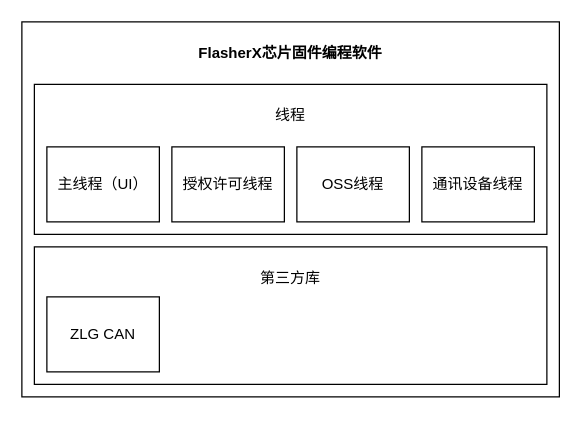
The draw.io diagram page "软件组件构成图" (1 of 2) of DBC_Analyzer.drawio in SummerFalls/DrawIO, before the edit. Source tidied: cells renumbered, new cells numbered last; positions are measured from the earlier drawing's top-left corner, leaving out a move shared by most shapes. Both pictures are drawn from the tidied source at 125%, with x=0, y=0 at pixel (21, 21).
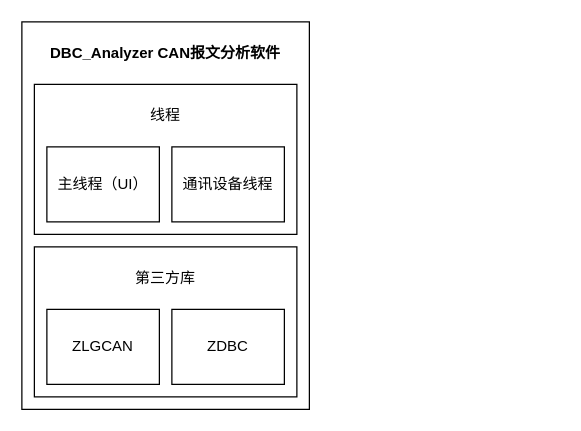
The same diagram, later.

Change to the diagram source:
```diff
@@
 <mxGraphModel>
   <root>
     <mxCell id="0" />
     <mxCell id="1" parent="0" />
     <mxCell id="2" style="rounded=0;whiteSpace=wrap;html=1;" parent="1" vertex="1">
-      <mxGeometry width="430" height="300" as="geometry" />
+      <mxGeometry width="230" height="310" as="geometry" />
     </mxCell>
     <mxCell id="3" style="rounded=0;whiteSpace=wrap;html=1;" parent="1" vertex="1">
-      <mxGeometry x="10" y="50" width="410" height="120" as="geometry" />
+      <mxGeometry x="10" y="50" width="210" height="120" as="geometry" />
     </mxCell>
     <mxCell id="4" value="主线程（UI）" style="rounded=0;whiteSpace=wrap;html=1;" parent="1" vertex="1">
       <mxGeometry x="20" y="100" width="90" height="60" as="geometry" />
     </mxCell>
-    <mxCell id="5" value="授权许可线程" style="rounded=0;whiteSpace=wrap;html=1;" parent="1" vertex="1">
-      <mxGeometry x="120" y="100" width="90" height="60" as="geometry" />
-    </mxCell>
-    <mxCell id="6" value="OSS线程" style="rounded=0;whiteSpace=wrap;html=1;" parent="1" vertex="1">
-      <mxGeometry x="220" y="100" width="90" height="60" as="geometry" />
-    </mxCell>
     <mxCell id="7" value="通讯设备线程" style="rounded=0;whiteSpace=wrap;html=1;" parent="1" vertex="1">
-      <mxGeometry x="320" y="100" width="90" height="60" as="geometry" />
+      <mxGeometry x="120" y="100" width="90" height="60" as="geometry" />
     </mxCell>
     <mxCell id="8" value="线程" style="text;html=1;strokeColor=none;fillColor=none;align=center;verticalAlign=middle;whiteSpace=wrap;rounded=0;" parent="1" vertex="1">
-      <mxGeometry x="20" y="60" width="390" height="30" as="geometry" />
+      <mxGeometry x="20" y="60" width="190" height="30" as="geometry" />
     </mxCell>
     <mxCell id="9" style="rounded=0;whiteSpace=wrap;html=1;" parent="1" vertex="1">
-      <mxGeometry x="10" y="180" width="410" height="110" as="geometry" />
+      <mxGeometry x="10" y="180" width="210" height="120" as="geometry" />
     </mxCell>
-    <mxCell id="10" value="ZLG CAN" style="rounded=0;whiteSpace=wrap;html=1;" parent="1" vertex="1">
-      <mxGeometry x="20" y="220" width="90" height="60" as="geometry" />
+    <mxCell id="10" value="ZLGCAN" style="rounded=0;whiteSpace=wrap;html=1;" parent="1" vertex="1">
+      <mxGeometry x="20" y="230" width="90" height="60" as="geometry" />
     </mxCell>
     <mxCell id="11" value="第三方库" style="text;html=1;strokeColor=none;fillColor=none;align=center;verticalAlign=middle;whiteSpace=wrap;rounded=0;" parent="1" vertex="1">
-      <mxGeometry x="20" y="190" width="390" height="30" as="geometry" />
+      <mxGeometry x="20" y="190" width="190" height="30" as="geometry" />
     </mxCell>
-    <mxCell id="12" value="FlasherX芯片固件编程软件" style="text;html=1;strokeColor=none;fillColor=none;align=center;verticalAlign=middle;whiteSpace=wrap;rounded=0;fontStyle=1;" parent="1" vertex="1">
-      <mxGeometry x="10" y="10" width="410" height="30" as="geometry" />
+    <mxCell id="12" value="DBC_Analyzer CAN报文分析软件" style="text;html=1;strokeColor=none;fillColor=none;align=center;verticalAlign=middle;whiteSpace=wrap;rounded=0;fontStyle=1;" parent="1" vertex="1">
+      <mxGeometry x="10" y="10" width="210" height="30" as="geometry" />
     </mxCell>
+    <mxCell id="13" value="ZDBC" style="rounded=0;whiteSpace=wrap;html=1;" parent="1" vertex="1">
+      <mxGeometry x="120" y="230" width="90" height="60" as="geometry" />
+    </mxCell>
   </root>
 </mxGraphModel>
```
